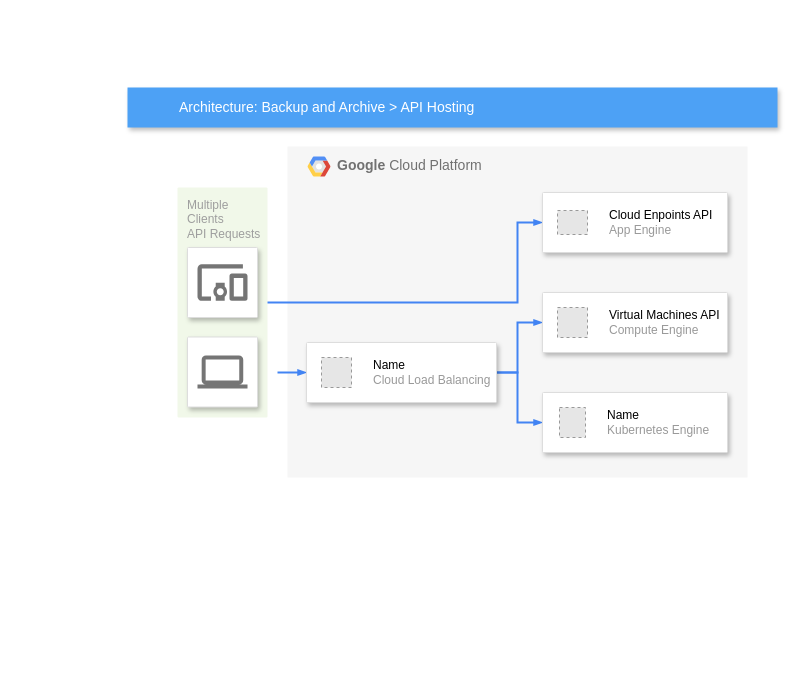
Earlier version of the draw.io diagram 제목 없는 다이어그램2.drawio (sinbum/org-repo-ref). Source tidied: cells renumbered, new cells numbered last; positions are measured from the earlier drawing's top-left corner, leaving out a move shared by most shapes. Both pictures are drawn from the tidied source at 100%, with x=0, y=0 at pixel (127, 87). Pictures stored in the file or linked from it are replaced by grey dashed boxes.
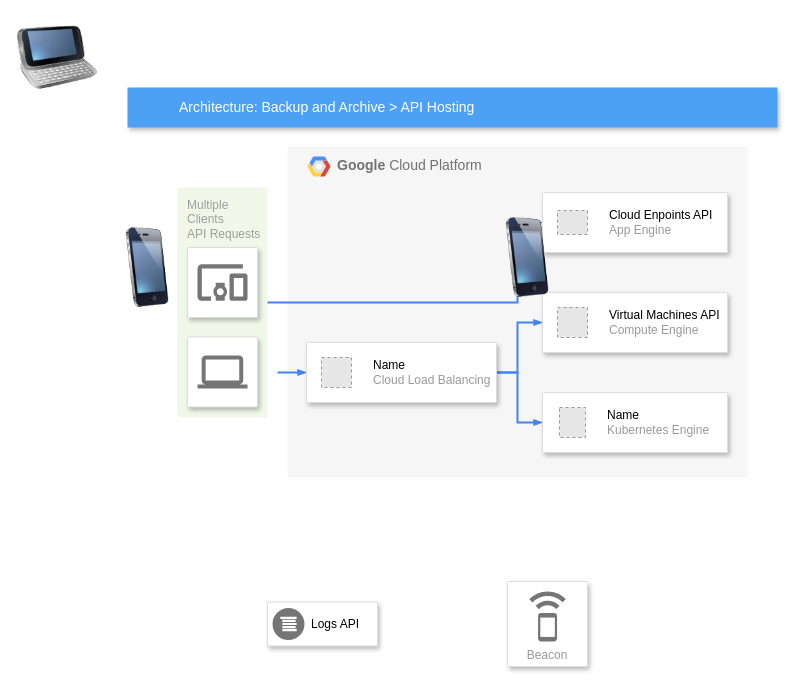
The same page after the edit.

Commit message:
제목 없는 다이어그램2.drawio 업데이트

The edit, as a diff of the source:
```diff
@@
+    <mxCell id="22" style="strokeColor=#dddddd;shadow=1;strokeWidth=1;rounded=1;absoluteArcSize=1;arcSize=0;" parent="1" vertex="1">
+      <mxGeometry x="140" y="514.5" width="110" height="44" as="geometry" />
+    </mxCell>
+    <mxCell id="23" value="Logs API" style="sketch=0;dashed=0;html=1;fillColor=#757575;strokeColor=none;shape=mxgraph.gcp2.logs_api;labelPosition=right;verticalLabelPosition=middle;align=left;verticalAlign=middle;spacingLeft=5;fontSize=12;" parent="22" vertex="1">
+      <mxGeometry y="0.5" width="32" height="32" relative="1" as="geometry">
+        <mxPoint x="5" y="-16" as="offset" />
+      </mxGeometry>
+    </mxCell>
+    <mxCell id="24" value="Beacon" style="strokeColor=#dddddd;shadow=1;strokeWidth=1;rounded=1;absoluteArcSize=1;arcSize=2;labelPosition=center;verticalLabelPosition=middle;align=center;verticalAlign=bottom;spacingLeft=0;fontColor=#999999;fontSize=12;whiteSpace=wrap;spacingBottom=2;html=1;" parent="1" vertex="1">
+      <mxGeometry x="380" y="494" width="80" height="85" as="geometry" />
+    </mxCell>
+    <mxCell id="25" style="sketch=0;dashed=0;html=1;fillColor=#757575;strokeColor=none;shape=mxgraph.gcp2.beacon;" parent="24" vertex="1">
+      <mxGeometry x="0.5" width="36.5" height="50" relative="1" as="geometry">
+        <mxPoint x="-18.2" y="10" as="offset" />
+      </mxGeometry>
+    </mxCell>
+    <mxCell id="26" style="image;html=1;image=img/lib/clip_art/telecommunication/HTC_smartphone_128x128.png;" parent="1" vertex="1">
+      <mxGeometry x="-110" y="-70" width="80" height="80" as="geometry" />
+    </mxCell>
+    <mxCell id="27" style="image;html=1;image=img/lib/clip_art/telecommunication/iPhone_128x128.png;" parent="1" vertex="1">
+      <mxGeometry x="360" y="130" width="80" height="80" as="geometry" />
+    </mxCell>
+    <mxCell id="28" style="image;html=1;image=img/lib/clip_art/telecommunication/iPhone_128x128.png;" parent="1" vertex="1">
+      <mxGeometry x="-20" y="140" width="80" height="80" as="geometry" />
+    </mxCell>
```
